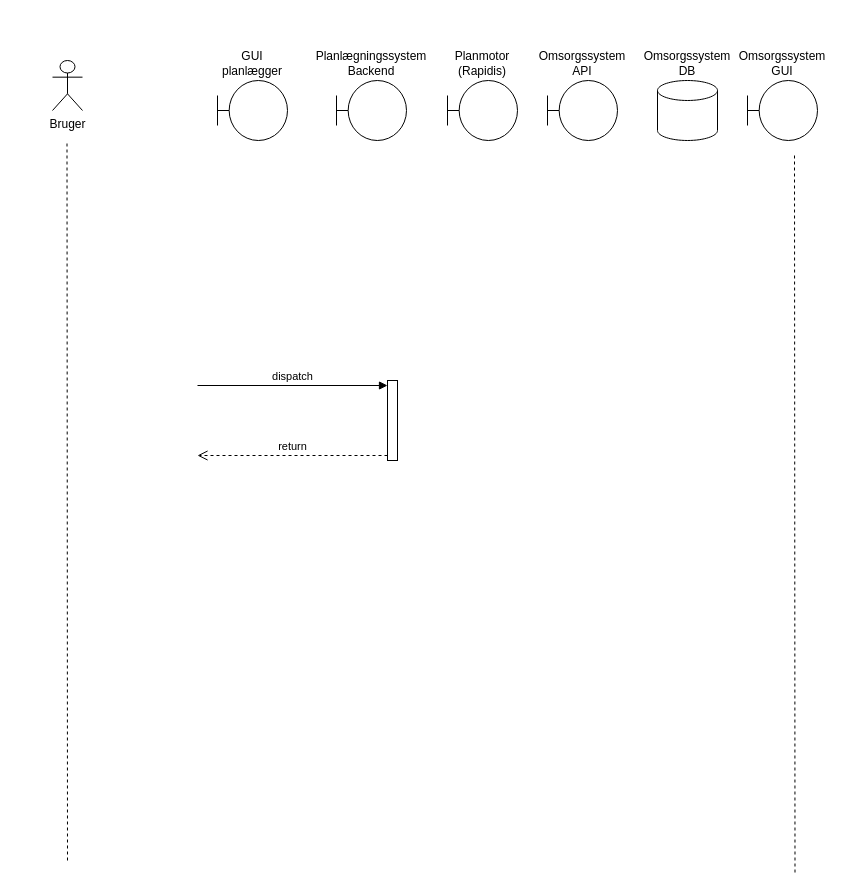
Before: Untitled Diagram.drawio in Zaladk/drawio, a draw.io diagram. Source tidied: cells renumbered, new cells numbered last; positions are measured from the earlier drawing's top-left corner, leaving out a move shared by most shapes. Both pictures are drawn from the tidied source at 100%, with x=0, y=0 at pixel (52, 60).
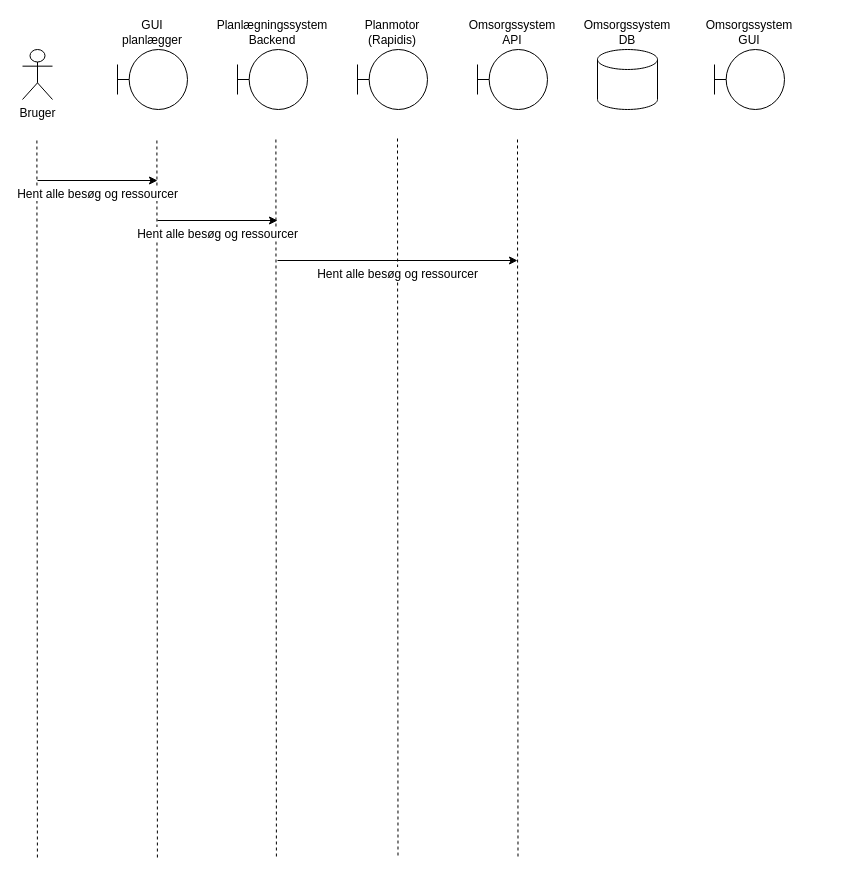
The same page after the edit.

What changed in the source:
```diff
@@
-    <mxCell id="2" style="html=1;points=[[0,0,0,0,5],[0,1,0,0,-5],[1,0,0,0,5],[1,1,0,0,-5]];perimeter=orthogonalPerimeter;outlineConnect=0;targetShapes=umlLifeline;portConstraint=eastwest;newEdgeStyle={&quot;curved&quot;:0,&quot;rounded&quot;:0};" parent="1" vertex="1">
-      <mxGeometry x="335" y="320" width="10" height="80" as="geometry" />
-    </mxCell>
-    <mxCell id="3" value="dispatch" style="html=1;verticalAlign=bottom;endArrow=block;curved=0;rounded=0;entryX=0;entryY=0;entryDx=0;entryDy=5;" parent="1" edge="1" target="2">
-      <mxGeometry relative="1" as="geometry">
-        <mxPoint x="145" y="325" as="sourcePoint" />
-      </mxGeometry>
-    </mxCell>
-    <mxCell id="4" value="return" style="html=1;verticalAlign=bottom;endArrow=open;dashed=1;endSize=8;curved=0;rounded=0;exitX=0;exitY=1;exitDx=0;exitDy=-5;" parent="1" edge="1" source="2">
-      <mxGeometry relative="1" as="geometry">
-        <mxPoint x="145" y="395" as="targetPoint" />
-      </mxGeometry>
-    </mxCell>
     <mxCell id="5" value="Bruger" style="shape=umlActor;verticalLabelPosition=bottom;verticalAlign=top;html=1;" parent="1" vertex="1">
-      <mxGeometry width="30" height="50" as="geometry" />
+      <mxGeometry x="-30" y="-11" width="30" height="50" as="geometry" />
     </mxCell>
     <mxCell id="6" style="endArrow=none;html=1;rounded=0;dashed=1;" parent="1" edge="1">
       <mxGeometry relative="1" as="geometry">
-        <mxPoint x="15" y="800" as="sourcePoint" />
-        <mxPoint x="14.5" y="80" as="targetPoint" />
+        <mxPoint x="-15.1" y="797" as="sourcePoint" />
+        <mxPoint x="-15.6" y="77" as="targetPoint" />
       </mxGeometry>
     </mxCell>
     <mxCell id="7" value="GUI&lt;div&gt;planlægger&lt;/div&gt;" style="shape=umlBoundary;whiteSpace=wrap;html=1;labelPosition=center;verticalLabelPosition=top;align=center;verticalAlign=bottom;" parent="1" vertex="1">
-      <mxGeometry x="165" y="20" width="70" height="60" as="geometry" />
+      <mxGeometry x="65" y="-11" width="70" height="60" as="geometry" />
     </mxCell>
     <mxCell id="8" value="Planlægningssystem&lt;div&gt;Backend&lt;/div&gt;" style="shape=umlBoundary;whiteSpace=wrap;html=1;labelPosition=center;verticalLabelPosition=top;align=center;verticalAlign=bottom;" parent="1" vertex="1">
-      <mxGeometry x="284" y="20" width="70" height="60" as="geometry" />
+      <mxGeometry x="185" y="-11" width="70" height="60" as="geometry" />
     </mxCell>
     <mxCell id="9" value="Planmotor&lt;div&gt;(Rapidis)&lt;/div&gt;" style="shape=umlBoundary;whiteSpace=wrap;html=1;labelPosition=center;verticalLabelPosition=top;align=center;verticalAlign=bottom;" parent="1" vertex="1">
-      <mxGeometry x="395" y="20" width="70" height="60" as="geometry" />
+      <mxGeometry x="305" y="-11" width="70" height="60" as="geometry" />
     </mxCell>
     <mxCell id="10" value="Omsorgssystem&lt;div&gt;API&lt;/div&gt;" style="shape=umlBoundary;whiteSpace=wrap;html=1;labelPosition=center;verticalLabelPosition=top;align=center;verticalAlign=bottom;" parent="1" vertex="1">
-      <mxGeometry x="495" y="20" width="70" height="60" as="geometry" />
+      <mxGeometry x="425" y="-11" width="70" height="60" as="geometry" />
     </mxCell>
     <mxCell id="11" value="Omsorgssystem&lt;div&gt;GUI&lt;/div&gt;" style="shape=umlBoundary;whiteSpace=wrap;html=1;labelPosition=center;verticalLabelPosition=top;align=center;verticalAlign=bottom;" parent="1" vertex="1">
-      <mxGeometry x="695" y="20" width="70" height="60" as="geometry" />
+      <mxGeometry x="662" y="-11" width="70" height="60" as="geometry" />
     </mxCell>
     <mxCell id="12" value="Omsorgssystem DB" style="strokeWidth=1;html=1;shape=mxgraph.flowchart.database;whiteSpace=wrap;strokeColor=default;align=center;verticalAlign=bottom;fontFamily=Helvetica;fontSize=12;fontColor=default;fillColor=default;labelPosition=center;verticalLabelPosition=top;" parent="1" vertex="1">
-      <mxGeometry x="605" y="20" width="60" height="60" as="geometry" />
+      <mxGeometry x="545" y="-11" width="60" height="60" as="geometry" />
     </mxCell>
     <mxCell id="13" style="endArrow=none;html=1;rounded=0;dashed=1;" parent="1" edge="1">
       <mxGeometry relative="1" as="geometry">
-        <mxPoint x="742.5" y="812" as="sourcePoint" />
-        <mxPoint x="742" y="92" as="targetPoint" />
+        <mxPoint x="104.9" y="797" as="sourcePoint" />
+        <mxPoint x="104.4" y="77" as="targetPoint" />
       </mxGeometry>
     </mxCell>
+    <mxCell id="14" value="Hent alle besøg og ressourcer" style="endArrow=classic;html=1;rounded=0;fontFamily=Helvetica;fontSize=12;fontColor=default;labelPosition=center;verticalLabelPosition=bottom;align=center;verticalAlign=top;" parent="1" edge="1">
+      <mxGeometry relative="1" as="geometry">
+        <mxPoint x="-15" y="120" as="sourcePoint" />
+        <mxPoint x="105" y="120" as="targetPoint" />
+      </mxGeometry>
+    </mxCell>
+    <mxCell id="15" style="endArrow=none;html=1;rounded=0;dashed=1;" parent="1" edge="1">
+      <mxGeometry relative="1" as="geometry">
+        <mxPoint x="223.9" y="796" as="sourcePoint" />
+        <mxPoint x="223.4" y="76" as="targetPoint" />
+      </mxGeometry>
+    </mxCell>
+    <mxCell id="16" value="Hent alle besøg og ressourcer" style="endArrow=classic;html=1;rounded=0;fontFamily=Helvetica;fontSize=12;fontColor=default;labelPosition=center;verticalLabelPosition=bottom;align=center;verticalAlign=top;" parent="1" edge="1">
+      <mxGeometry relative="1" as="geometry">
+        <mxPoint x="105" y="160" as="sourcePoint" />
+        <mxPoint x="225" y="160" as="targetPoint" />
+      </mxGeometry>
+    </mxCell>
+    <mxCell id="17" style="endArrow=none;html=1;rounded=0;dashed=1;" parent="1" edge="1">
+      <mxGeometry relative="1" as="geometry">
+        <mxPoint x="345.5" y="795" as="sourcePoint" />
+        <mxPoint x="345" y="75" as="targetPoint" />
+      </mxGeometry>
+    </mxCell>
+    <mxCell id="18" style="endArrow=none;html=1;rounded=0;dashed=1;" parent="1" edge="1">
+      <mxGeometry relative="1" as="geometry">
+        <mxPoint x="465.5" y="796" as="sourcePoint" />
+        <mxPoint x="465" y="76" as="targetPoint" />
+      </mxGeometry>
+    </mxCell>
+    <mxCell id="19" value="Hent alle besøg og ressourcer" style="endArrow=classic;html=1;rounded=0;fontFamily=Helvetica;fontSize=12;fontColor=default;labelPosition=center;verticalLabelPosition=bottom;align=center;verticalAlign=top;curved=0;strokeColor=default;" parent="1" edge="1">
+      <mxGeometry relative="1" as="geometry">
+        <mxPoint x="225" y="200" as="sourcePoint" />
+        <mxPoint x="465" y="200" as="targetPoint" />
+      </mxGeometry>
+    </mxCell>
```
